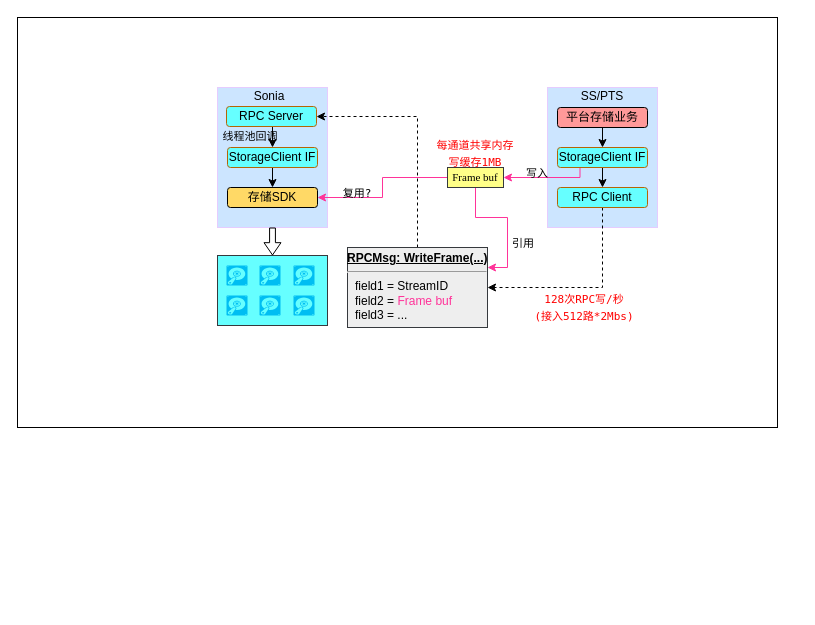
Earlier version of the draw.io diagram oom_dump.drawio (snowolfhawk/ceph-scripts). Source tidied: cells renumbered, new cells numbered last; positions are measured from the earlier drawing's top-left corner, leaving out a move shared by most shapes. Both pictures are drawn from the tidied source at 100%, with x=0, y=0 at pixel (17, 17).
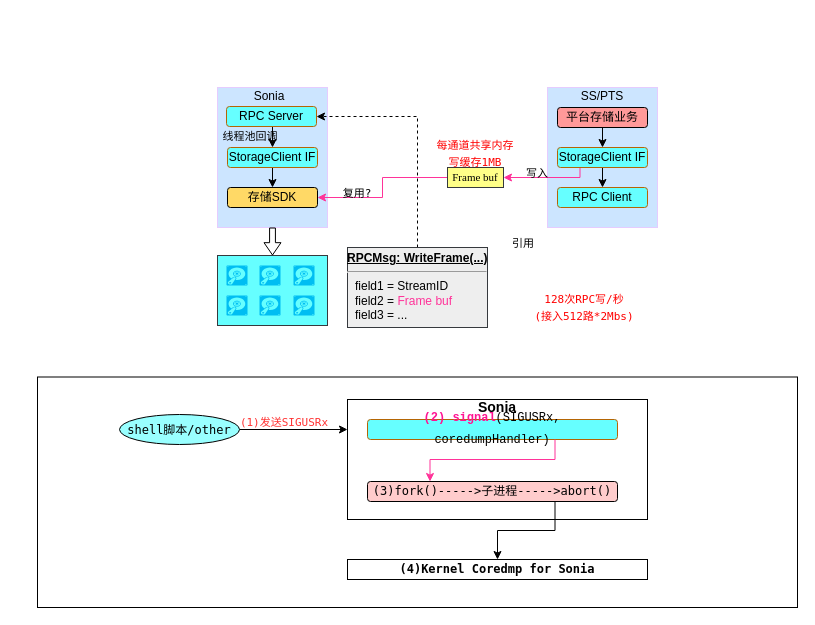
After the change.

The change refers to these unchanged cells:
```xml
<mxCell id="10" value="RPC Client" style="rounded=1;whiteSpace=wrap;html=1;fillColor=#66FFFF;strokeColor=#b46504;" parent="1" vertex="1">
  <mxGeometry x="540" y="170" width="90" height="20" as="geometry" />
</mxCell>
<mxCell id="26" value="&lt;font style=&quot;font-size: 11px&quot;&gt;Frame buf&lt;/font&gt;" style="rounded=0;whiteSpace=wrap;html=1;fontFamily=Times New Roman;fontSize=12;strokeColor=#36393d;fillColor=#ffff88;" parent="1" vertex="1">
  <mxGeometry x="430" y="150" width="56" height="20" as="geometry" />
</mxCell>
<mxCell id="28" value="&lt;p style=&quot;margin: 0px ; margin-top: 4px ; text-align: center ; text-decoration: underline&quot;&gt;&lt;b&gt;RPCMsg: WriteFrame(...)&lt;/b&gt;&lt;/p&gt;&lt;hr&gt;&lt;p style=&quot;margin: 0px ; margin-left: 8px&quot;&gt;field1 = StreamID&lt;br&gt;field2 = &lt;font color=&quot;#ff3399&quot;&gt;Frame buf&lt;/font&gt;&lt;br&gt;field3 = ...&lt;/p&gt;" style="verticalAlign=top;align=left;overflow=fill;fontSize=12;fontFamily=Helvetica;html=1;strokeColor=#36393d;fillColor=#eeeeee;" parent="1" vertex="1">
  <mxGeometry x="330" y="230" width="140" height="80" as="geometry" />
</mxCell>
```

Change to the diagram source:
```diff
@@
     <mxCell id="2" style="rounded=0;whiteSpace=wrap;html=1;fontFamily=Lucida Console;fontSize=11;" parent="1" vertex="1">
-      <mxGeometry width="760" height="410" as="geometry" />
+      <mxGeometry x="20" y="359.5" width="760" height="230.5" as="geometry" />
     </mxCell>
+    <mxCell id="38" style="rounded=0;whiteSpace=wrap;html=1;fillColor=#FFFFFF;strokeColor=#000000;gradientColor=none;" parent="1" vertex="1">
+      <mxGeometry x="330" y="382" width="300" height="120" as="geometry" />
+    </mxCell>
@@
-    <mxCell id="9" style="edgeStyle=orthogonalEdgeStyle;rounded=0;jettySize=auto;html=1;exitX=0.5;exitY=1;exitDx=0;exitDy=0;entryX=1;entryY=0.5;entryDx=0;entryDy=0;dashed=1;fontFamily=Lucida Console;fontSize=11;fontColor=#000000;" parent="1" edge="1" source="10" target="28">
+    <mxCell id="9" style="edgeStyle=orthogonalEdgeStyle;rounded=0;jettySize=auto;html=1;exitX=1;exitY=0.5;exitDx=0;exitDy=0;entryX=0;entryY=0.25;entryDx=0;entryDy=0;fontFamily=Lucida Console;fontSize=11;fontColor=#000000;" parent="1" edge="1" source="44" target="38">
       <mxGeometry relative="1" as="geometry" />
     </mxCell>
@@
-    <mxCell id="25" style="edgeStyle=orthogonalEdgeStyle;rounded=0;jettySize=auto;html=1;exitX=0.5;exitY=1;exitDx=0;exitDy=0;entryX=1;entryY=0.25;entryDx=0;entryDy=0;fontFamily=Lucida Console;fontSize=11;fontColor=#FF0000;strokeColor=#FF3399;" parent="1" edge="1" source="26" target="28">
+    <mxCell id="25" style="edgeStyle=orthogonalEdgeStyle;rounded=0;jettySize=auto;html=1;exitX=0.75;exitY=1;exitDx=0;exitDy=0;entryX=0.5;entryY=0;entryDx=0;entryDy=0;fontFamily=Lucida Console;fontSize=11;fontColor=#FF0000;strokeColor=#000000;" parent="1" edge="1" source="41" target="39">
       <mxGeometry relative="1" as="geometry" />
     </mxCell>
@@
+    <mxCell id="39" value="&lt;b&gt;&lt;font face=&quot;Lucida Console&quot;&gt;(4)Kernel Coredmp for&amp;nbsp;Sonia&lt;/font&gt;&lt;/b&gt;" style="rounded=0;whiteSpace=wrap;html=1;fillColor=#FFFFFF;strokeColor=#000000;gradientColor=none;" parent="1" vertex="1">
+      <mxGeometry x="330" y="542" width="300" height="20" as="geometry" />
+    </mxCell>
+    <mxCell id="40" value="&lt;code style=&quot;text-align: left; margin: 0px !important; padding: 0px !important; font-family: Consolas, &amp;quot;Bitstream Vera Sans Mono&amp;quot;, &amp;quot;Courier New&amp;quot;, Courier, monospace !important; border-radius: 0px !important; background: none !important; border: 0px !important; inset: auto !important; float: none !important; height: auto !important; line-height: 1.8em !important; outline: 0px !important; overflow: visible !important; position: static !important; vertical-align: baseline !important; width: auto !important; box-sizing: content-box !important; font-weight: bold !important; min-height: auto !important; color: rgb(255, 20, 147) !important;&quot; class=&quot;cpp functions bold&quot;&gt;(2) signal&lt;/code&gt;&lt;code style=&quot;text-align: left; margin: 0px !important; padding: 0px !important; font-family: Consolas, &amp;quot;Bitstream Vera Sans Mono&amp;quot;, &amp;quot;Courier New&amp;quot;, Courier, monospace !important; border-radius: 0px !important; background: none !important; border: 0px !important; inset: auto !important; float: none !important; height: auto !important; line-height: 1.8em !important; outline: 0px !important; overflow: visible !important; position: static !important; vertical-align: baseline !important; width: auto !important; box-sizing: content-box !important; min-height: auto !important;&quot; class=&quot;cpp plain&quot;&gt;(SIGUSRx, coredumpHandler)&lt;/code&gt;" style="rounded=1;whiteSpace=wrap;html=1;fillColor=#66FFFF;strokeColor=#b46504;" parent="1" vertex="1">
+      <mxGeometry x="350" y="402" width="250" height="20" as="geometry" />
+    </mxCell>
+    <mxCell id="41" value="&lt;font face=&quot;Lucida Console&quot;&gt;(3)fork()-----&amp;gt;子进程-----&amp;gt;abort()&lt;/font&gt;" style="rounded=1;whiteSpace=wrap;html=1;strokeColor=#000000;fillColor=#FFCCCC;align=center;" parent="1" vertex="1">
+      <mxGeometry x="350" y="464" width="250" height="20" as="geometry" />
+    </mxCell>
+    <mxCell id="42" value="&lt;b style=&quot;&quot;&gt;&lt;font style=&quot;font-size: 14px;&quot;&gt;Sonia&lt;/font&gt;&lt;/b&gt;" style="text;html=1;strokeColor=none;fillColor=none;align=center;verticalAlign=middle;whiteSpace=wrap;rounded=0;fontSize=14;" parent="1" vertex="1">
+      <mxGeometry x="440" y="382" width="80" height="15" as="geometry" />
+    </mxCell>
+    <mxCell id="43" style="edgeStyle=orthogonalEdgeStyle;rounded=0;jettySize=auto;html=1;exitX=0.75;exitY=1;exitDx=0;exitDy=0;entryX=0.25;entryY=0;entryDx=0;entryDy=0;fontFamily=Lucida Console;fontSize=11;fontColor=#FF0000;strokeColor=#FF3399;" parent="1" edge="1" source="40" target="41">
+      <mxGeometry relative="1" as="geometry">
+        <Array as="points">
+          <mxPoint x="538" y="442" />
+          <mxPoint x="413" y="442" />
+        </Array>
+      </mxGeometry>
+    </mxCell>
+    <mxCell id="44" value="&lt;font style=&quot;font-size: 12px;&quot;&gt;shell脚本/other&lt;/font&gt;" style="ellipse;whiteSpace=wrap;html=1;strokeColor=#000000;fontFamily=Lucida Console;fontSize=14;fontColor=#000000;fillColor=#99FFFF;" parent="1" vertex="1">
+      <mxGeometry x="102" y="397" width="120" height="30" as="geometry" />
+    </mxCell>
+    <mxCell id="45" value="&lt;font color=&quot;#ff3333&quot; face=&quot;Lucida Console&quot;&gt;&lt;span style=&quot;font-size: 11px&quot;&gt;(1)发送SIGUSRx&lt;/span&gt;&lt;/font&gt;" style="text;html=1;strokeColor=none;fillColor=none;align=center;verticalAlign=middle;whiteSpace=wrap;rounded=0;fontSize=14;" parent="1" vertex="1">
+      <mxGeometry x="210" y="399" width="114" height="10" as="geometry" />
+    </mxCell>
```
